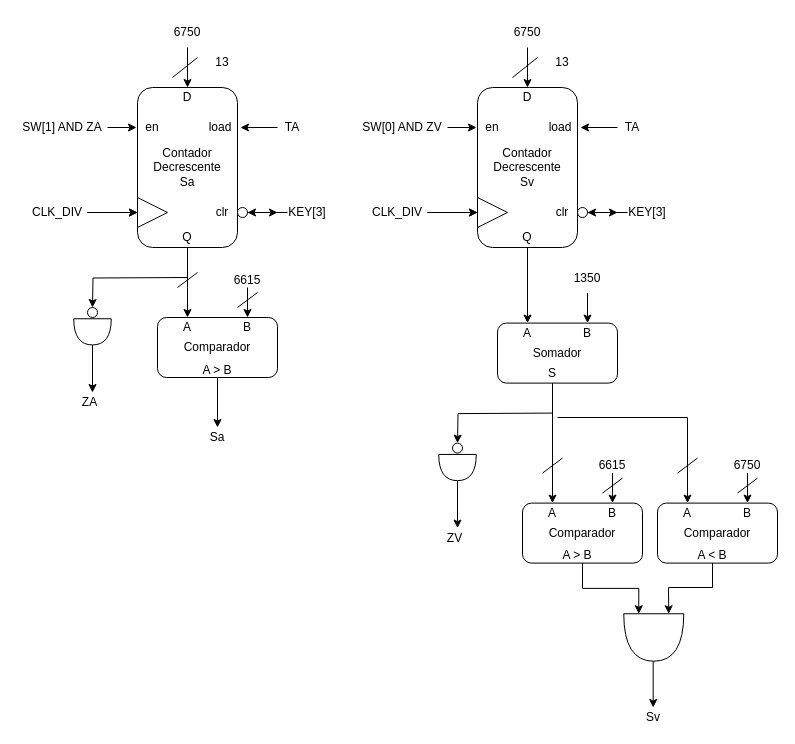
The draw.io diagram Diagrama/lab10.drawio in pedroManuelP/lab10, before the edit. Source tidied: cells renumbered, new cells numbered last; positions are measured from the earlier drawing's top-left corner, leaving out a move shared by most shapes. Both pictures are drawn from the tidied source at 100%, with x=0, y=0 at pixel (17, 17).
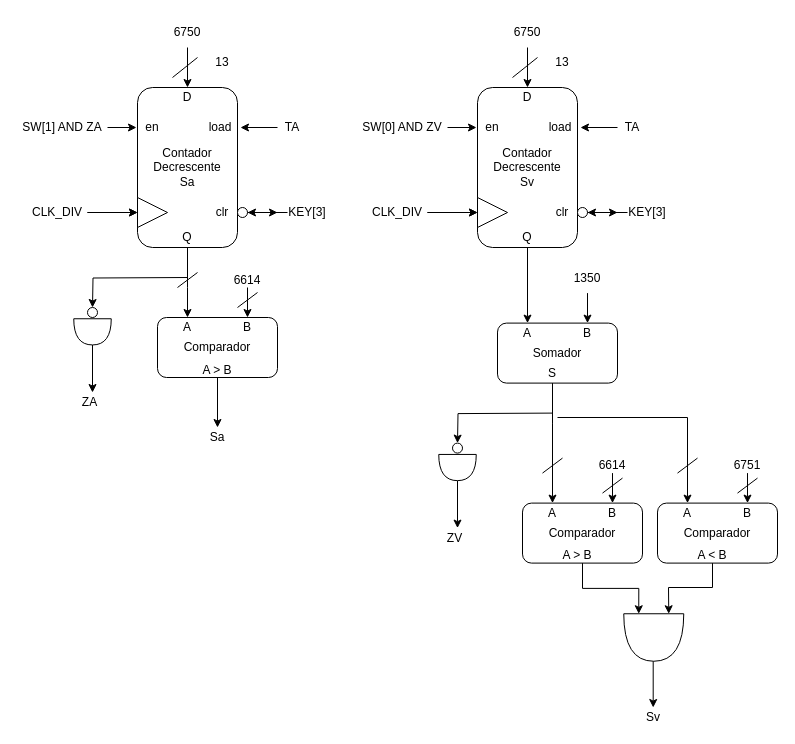
The same page after the edit.

What changed in the source:
```diff
@@
-    <mxCell id="28" value="6615" style="text;html=1;align=center;verticalAlign=middle;whiteSpace=wrap;rounded=0;" parent="1" vertex="1">
+    <mxCell id="28" value="6614" style="text;html=1;align=center;verticalAlign=middle;whiteSpace=wrap;rounded=0;" parent="1" vertex="1">
       <mxGeometry x="210" y="250" width="40" height="25" as="geometry" />
     </mxCell>
@@
-    <mxCell id="66" value="6615" style="text;html=1;align=center;verticalAlign=middle;whiteSpace=wrap;rounded=0;" parent="1" vertex="1">
+    <mxCell id="66" value="6614" style="text;html=1;align=center;verticalAlign=middle;whiteSpace=wrap;rounded=0;" parent="1" vertex="1">
       <mxGeometry x="575" y="435.6" width="40" height="25" as="geometry" />
     </mxCell>
@@
-    <mxCell id="89" value="6750" style="text;html=1;align=center;verticalAlign=middle;whiteSpace=wrap;rounded=0;" parent="1" vertex="1">
+    <mxCell id="89" value="6751" style="text;html=1;align=center;verticalAlign=middle;whiteSpace=wrap;rounded=0;" parent="1" vertex="1">
       <mxGeometry x="710" y="435.6" width="40" height="25" as="geometry" />
     </mxCell>
```
